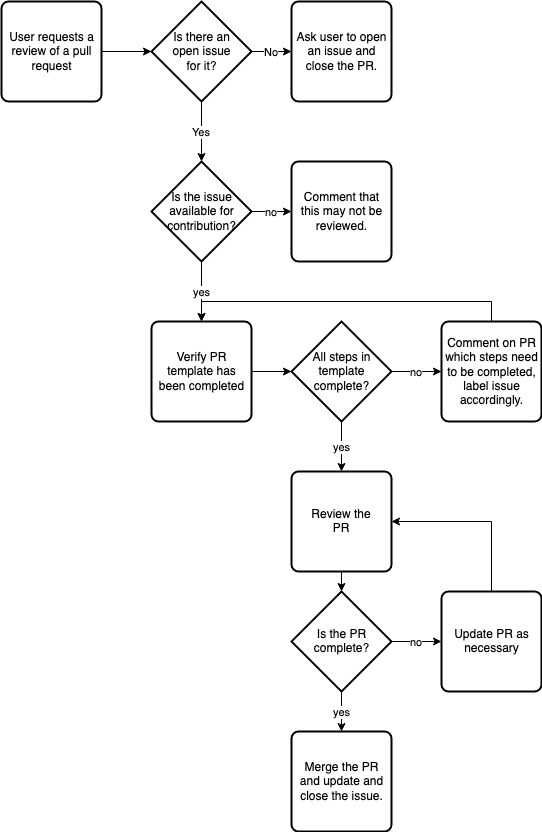
Before: proposals/contrib-guide-high-level.png, a diagram exported from draw.io (kdaily/aws-cli). Source tidied: cells renumbered, new cells last; positions are measured from the earlier drawing's top-left corner, leaving out a move shared by most shapes.
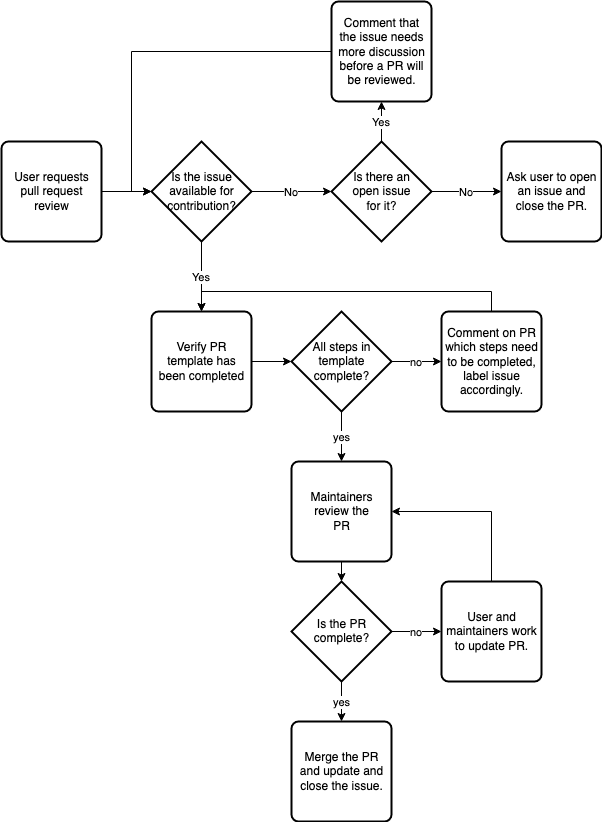
After the commit.

What changed in the source:
```diff
@@ -2,23 +2,23 @@
   <root>
     <mxCell id="0" />
     <mxCell id="1" parent="0" />
-    <mxCell id="2" style="edgeStyle=orthogonalEdgeStyle;rounded=0;jettySize=auto;html=1;" parent="1" edge="1" source="3" target="6">
-      <mxGeometry relative="1" as="geometry" />
-    </mxCell>
+    <mxCell id="28" style="edgeStyle=orthogonalEdgeStyle;rounded=0;jettySize=auto;html=1;exitX=1;exitY=0.5;exitDx=0;exitDy=0;entryX=0;entryY=0.5;entryDx=0;entryDy=0;entryPerimeter=0;" parent="1" edge="1" source="3" target="12">
+      <mxGeometry relative="1" as="geometry" />
+    </mxCell>
-    <mxCell id="3" value="User requests a review of a pull request" style="rounded=1;whiteSpace=wrap;html=1;absoluteArcSize=1;arcSize=14;strokeWidth=2;" parent="1" vertex="1">
-      <mxGeometry width="100" height="100" as="geometry" />
+    <mxCell id="3" value="User requests pull request review" style="rounded=1;whiteSpace=wrap;html=1;absoluteArcSize=1;arcSize=14;strokeWidth=2;" parent="1" vertex="1">
+      <mxGeometry y="150" width="100" height="100" as="geometry" />
     </mxCell>
     <mxCell id="4" value="No" style="edgeStyle=orthogonalEdgeStyle;rounded=0;jettySize=auto;html=1;exitX=1;exitY=0.5;exitDx=0;exitDy=0;exitPerimeter=0;" parent="1" edge="1" source="6" target="7">
       <mxGeometry relative="1" as="geometry" />
     </mxCell>
-    <mxCell id="5" value="Yes" style="edgeStyle=orthogonalEdgeStyle;rounded=0;jettySize=auto;html=1;entryX=0.5;entryY=0;entryDx=0;entryDy=0;entryPerimeter=0;exitX=0.5;exitY=1;exitDx=0;exitDy=0;exitPerimeter=0;" parent="1" edge="1" source="6" target="12">
-      <mxGeometry relative="1" as="geometry" />
-    </mxCell>
+    <mxCell id="29" value="&lt;div&gt;Yes&lt;/div&gt;" style="edgeStyle=orthogonalEdgeStyle;rounded=0;jettySize=auto;html=1;" parent="1" edge="1" source="6" target="13">
+      <mxGeometry relative="1" as="geometry" />
+    </mxCell>
     <mxCell id="6" value="&lt;div&gt;Is there an&lt;/div&gt;&lt;div&gt;open issue&lt;/div&gt;&lt;div&gt;for it?&lt;/div&gt;" style="strokeWidth=2;html=1;shape=mxgraph.flowchart.decision;whiteSpace=wrap;" parent="1" vertex="1">
-      <mxGeometry x="150" width="100" height="100" as="geometry" />
+      <mxGeometry x="330" y="150" width="100" height="100" as="geometry" />
     </mxCell>
     <mxCell id="7" value="Ask user to open an issue and close the PR. " style="rounded=1;whiteSpace=wrap;html=1;absoluteArcSize=1;arcSize=14;strokeWidth=2;" parent="1" vertex="1">
-      <mxGeometry x="290" width="100" height="100" as="geometry" />
+      <mxGeometry x="500" y="150" width="100" height="100" as="geometry" />
     </mxCell>
     <mxCell id="8" style="edgeStyle=orthogonalEdgeStyle;rounded=0;jettySize=auto;html=1;" parent="1" edge="1" source="9" target="16">
       <mxGeometry relative="1" as="geometry" />
@@ -26,17 +26,20 @@
     <mxCell id="9" value="Verify PR template has been completed" style="rounded=1;whiteSpace=wrap;html=1;absoluteArcSize=1;arcSize=14;strokeWidth=2;" parent="1" vertex="1">
       <mxGeometry x="150" y="320" width="100" height="100" as="geometry" />
     </mxCell>
-    <mxCell id="10" value="no" style="edgeStyle=orthogonalEdgeStyle;rounded=0;jettySize=auto;html=1;" parent="1" edge="1" source="12" target="13">
-      <mxGeometry relative="1" as="geometry" />
-    </mxCell>
-    <mxCell id="11" value="yes" style="edgeStyle=orthogonalEdgeStyle;rounded=0;jettySize=auto;html=1;" parent="1" edge="1" source="12" target="9">
+    <mxCell id="11" value="Yes" style="edgeStyle=orthogonalEdgeStyle;rounded=0;jettySize=auto;html=1;exitX=0.5;exitY=1;exitDx=0;exitDy=0;exitPerimeter=0;entryX=0.5;entryY=0;entryDx=0;entryDy=0;" parent="1" edge="1" source="12" target="9">
       <mxGeometry relative="1" as="geometry" />
     </mxCell>
+    <mxCell id="30" value="No" style="edgeStyle=orthogonalEdgeStyle;rounded=0;jettySize=auto;html=1;exitX=1;exitY=0.5;exitDx=0;exitDy=0;exitPerimeter=0;entryX=0;entryY=0.5;entryDx=0;entryDy=0;entryPerimeter=0;" parent="1" edge="1" source="12" target="6">
+      <mxGeometry relative="1" as="geometry" />
+    </mxCell>
     <mxCell id="12" value="Is the issue available for contribution?" style="strokeWidth=2;html=1;shape=mxgraph.flowchart.decision;whiteSpace=wrap;" parent="1" vertex="1">
-      <mxGeometry x="150" y="160" width="100" height="100" as="geometry" />
+      <mxGeometry x="150" y="150" width="100" height="100" as="geometry" />
     </mxCell>
+    <mxCell id="31" style="edgeStyle=orthogonalEdgeStyle;rounded=0;jettySize=auto;html=1;exitX=0;exitY=0.5;exitDx=0;exitDy=0;entryX=0;entryY=0.5;entryDx=0;entryDy=0;entryPerimeter=0;" parent="1" edge="1" source="13" target="12">
+      <mxGeometry relative="1" as="geometry" />
+    </mxCell>
-    <mxCell id="13" value="Comment that this may not be reviewed." style="rounded=1;whiteSpace=wrap;html=1;absoluteArcSize=1;arcSize=14;strokeWidth=2;" parent="1" vertex="1">
-      <mxGeometry x="290" y="160" width="100" height="100" as="geometry" />
+    <mxCell id="13" value="Comment that the issue needs more discussion before a PR will be reviewed." style="rounded=1;whiteSpace=wrap;html=1;absoluteArcSize=1;arcSize=14;strokeWidth=2;" parent="1" vertex="1">
+      <mxGeometry x="330" y="10" width="100" height="100" as="geometry" />
     </mxCell>
     <mxCell id="14" value="yes" style="edgeStyle=orthogonalEdgeStyle;rounded=0;jettySize=auto;html=1;entryX=0.5;entryY=0;entryDx=0;entryDy=0;" parent="1" edge="1" source="16" target="27">
       <mxGeometry relative="1" as="geometry" />
@@ -78,10 +81,10 @@
     <mxCell id="25" style="edgeStyle=orthogonalEdgeStyle;rounded=0;jettySize=auto;html=1;entryX=1;entryY=0.5;entryDx=0;entryDy=0;exitX=0.5;exitY=0;exitDx=0;exitDy=0;" parent="1" edge="1" source="26" target="27">
       <mxGeometry relative="1" as="geometry" />
     </mxCell>
-    <mxCell id="26" value="Update PR as necessary" style="rounded=1;whiteSpace=wrap;html=1;absoluteArcSize=1;arcSize=14;strokeWidth=2;" parent="1" vertex="1">
+    <mxCell id="26" value="User and maintainers work to update PR." style="rounded=1;whiteSpace=wrap;html=1;absoluteArcSize=1;arcSize=14;strokeWidth=2;" parent="1" vertex="1">
       <mxGeometry x="440" y="590" width="100" height="100" as="geometry" />
     </mxCell>
-    <mxCell id="27" value="&lt;div&gt;Review the&lt;/div&gt;&lt;div&gt;PR&lt;br&gt;&lt;/div&gt;" style="rounded=1;whiteSpace=wrap;html=1;absoluteArcSize=1;arcSize=14;strokeWidth=2;" parent="1" vertex="1">
+    <mxCell id="27" value="&lt;div&gt;Maintainers review the&lt;/div&gt;&lt;div&gt;PR&lt;br&gt;&lt;/div&gt;" style="rounded=1;whiteSpace=wrap;html=1;absoluteArcSize=1;arcSize=14;strokeWidth=2;" parent="1" vertex="1">
       <mxGeometry x="290" y="470" width="100" height="100" as="geometry" />
     </mxCell>
   </root>
```
